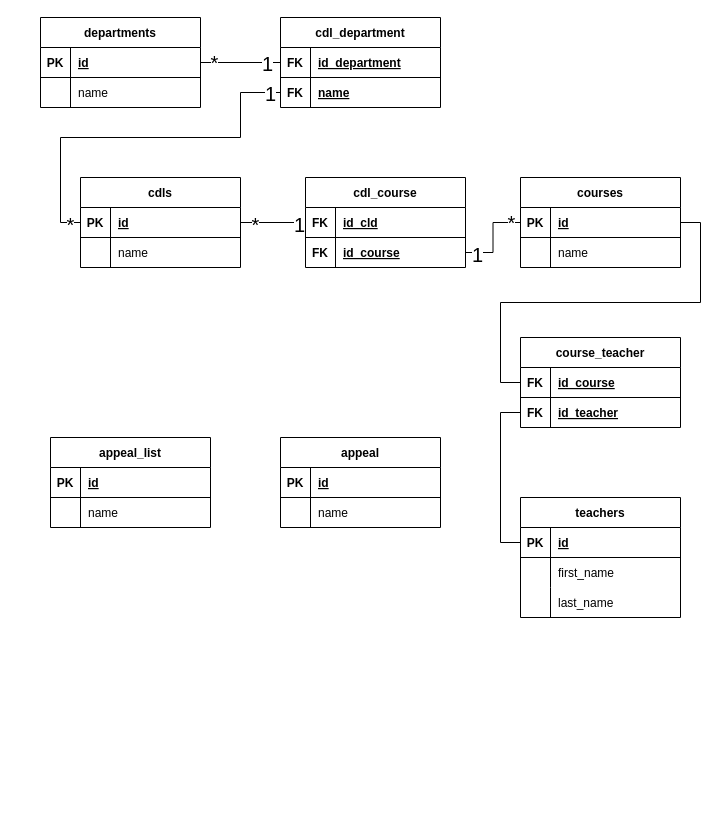
Roberto-Larivera/db-university keeps this draw.io diagram as DBUniversity.drawio. Above is the earlier version. Source tidied: cells renumbered, new cells numbered last; positions are measured from the earlier drawing's top-left corner, leaving out a move shared by most shapes. Both pictures are drawn from the tidied source at 100%, with x=0, y=0 at pixel (40, 17).
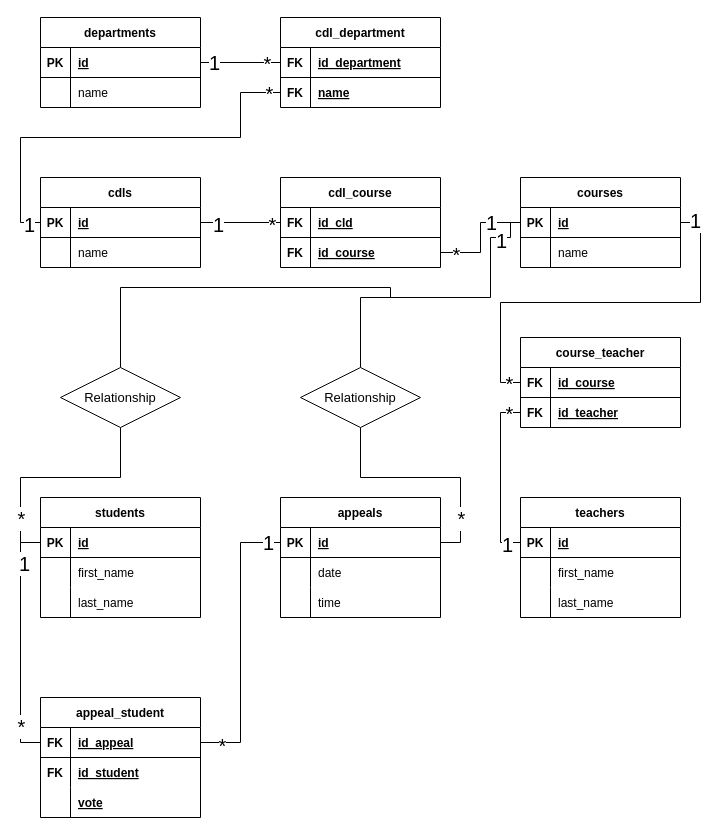
Above is the later version.

The change refers to these unchanged cells:
```xml
<mxCell id="13" style="shape=tableRow;horizontal=0;startSize=0;swimlaneHead=0;swimlaneBody=0;fillColor=none;points=[[0,0.5],[1,0.5]];portConstraint=eastwest;top=0;left=0;right=0;bottom=0;" parent="9" vertex="1">
  <mxGeometry y="60" width="160" height="30" as="geometry" />
</mxCell>
<mxCell id="17" style="shape=tableRow;horizontal=0;startSize=0;swimlaneHead=0;swimlaneBody=0;fillColor=none;points=[[0,0.5],[1,0.5]];portConstraint=eastwest;top=0;left=0;right=0;bottom=1;" parent="16" vertex="1">
  <mxGeometry y="30" width="160" height="30" as="geometry" />
</mxCell>
<mxCell id="34" style="shape=tableRow;horizontal=0;startSize=0;swimlaneHead=0;swimlaneBody=0;fillColor=none;points=[[0,0.5],[1,0.5]];portConstraint=eastwest;top=0;left=0;right=0;bottom=1;" parent="33" vertex="1">
  <mxGeometry y="30" width="160" height="30" as="geometry" />
</mxCell>
<mxCell id="37" style="shape=tableRow;horizontal=0;startSize=0;swimlaneHead=0;swimlaneBody=0;fillColor=none;top=0;left=0;right=0;bottom=0;" parent="33" vertex="1">
  <mxGeometry y="60" width="160" height="30" as="geometry" />
</mxCell>
<mxCell id="41" style="shape=tableRow;horizontal=0;startSize=0;swimlaneHead=0;swimlaneBody=0;fillColor=none;points=[[0,0.5],[1,0.5]];portConstraint=eastwest;top=0;left=0;right=0;bottom=1;" parent="40" vertex="1">
  <mxGeometry y="30" width="160" height="30" as="geometry" />
</mxCell>
<mxCell id="44" style="shape=tableRow;horizontal=0;startSize=0;swimlaneHead=0;swimlaneBody=0;fillColor=none;top=0;left=0;right=0;bottom=0;" parent="40" vertex="1">
  <mxGeometry y="60" width="160" height="30" as="geometry" />
</mxCell>
<mxCell id="48" style="shape=tableRow;horizontal=0;startSize=0;swimlaneHead=0;swimlaneBody=0;fillColor=none;points=[[0,0.5],[1,0.5]];portConstraint=eastwest;top=0;left=0;right=0;bottom=1;" parent="47" vertex="1">
  <mxGeometry y="30" width="160" height="30" as="geometry" />
</mxCell>
<mxCell id="61" style="edgeStyle=orthogonalEdgeStyle;rounded=0;jettySize=auto;html=1;entryX=1;entryY=0.5;entryDx=0;entryDy=0;endArrow=none;endFill=0;" parent="1" edge="1" source="55" target="17">
  <mxGeometry relative="1" as="geometry" />
</mxCell>
<mxCell id="64" style="edgeStyle=orthogonalEdgeStyle;rounded=0;jettySize=auto;html=1;entryX=0;entryY=0.5;entryDx=0;entryDy=0;endArrow=none;endFill=0;" parent="1" edge="1" source="58" target="48">
  <mxGeometry relative="1" as="geometry" />
</mxCell>
<mxCell id="67" style="edgeStyle=orthogonalEdgeStyle;rounded=0;jettySize=auto;html=1;entryX=1;entryY=0.5;entryDx=0;entryDy=0;fontSize=20;endArrow=none;endFill=0;" parent="1" edge="1" source="10" target="3">
  <mxGeometry relative="1" as="geometry" />
</mxCell>
<mxCell id="80" style="edgeStyle=orthogonalEdgeStyle;rounded=0;jettySize=auto;html=1;entryX=1;entryY=0.5;entryDx=0;entryDy=0;fontSize=20;endArrow=none;endFill=0;" parent="1" edge="1" source="74" target="48">
  <mxGeometry relative="1" as="geometry" />
</mxCell>
<mxCell id="81" style="edgeStyle=orthogonalEdgeStyle;rounded=0;jettySize=auto;html=1;entryX=0;entryY=0.5;entryDx=0;entryDy=0;fontSize=20;endArrow=none;endFill=0;" parent="1" edge="1" source="24" target="77">
  <mxGeometry relative="1" as="geometry" />
</mxCell>
```

Change to the diagram source:
```diff
@@
     <mxCell id="16" value="cdls" style="shape=table;startSize=30;childLayout=tableLayout;rowLines=0;fontStyle=1;align=center;" parent="1" vertex="1">
-      <mxGeometry x="40" y="160" width="160" height="90" as="geometry" />
+      <mxGeometry y="160" width="160" height="90" as="geometry" />
     </mxCell>
@@
-    <mxCell id="33" value="appeal_list" style="shape=table;startSize=30;childLayout=tableLayout;rowLines=0;fontStyle=1;align=center;" parent="1" vertex="1">
-      <mxGeometry x="10" y="420" width="160" height="90" as="geometry" />
+    <mxCell id="33" value="students" style="shape=table;startSize=30;childLayout=tableLayout;rowLines=0;fontStyle=1;align=center;" parent="1" vertex="1">
+      <mxGeometry y="480" width="160" height="120" as="geometry" />
     </mxCell>
@@
-    <mxCell id="39" value="name" style="shape=partialRectangle;fillColor=none;top=0;left=0;bottom=0;right=0;align=left;spacingLeft=6;overflow=hidden;" parent="37" vertex="1">
+    <mxCell id="39" value="first_name" style="shape=partialRectangle;fillColor=none;top=0;left=0;bottom=0;right=0;align=left;spacingLeft=6;overflow=hidden;" parent="37" vertex="1">
       <mxGeometry x="30" width="130" height="30" as="geometry" />
     </mxCell>
+    <mxCell id="82" style="shape=tableRow;horizontal=0;startSize=0;swimlaneHead=0;swimlaneBody=0;fillColor=none;top=0;left=0;right=0;bottom=0;" parent="33" vertex="1">
+      <mxGeometry y="90" width="160" height="30" as="geometry" />
+    </mxCell>
+    <mxCell id="83" style="shape=partialRectangle;fillColor=none;top=0;left=0;bottom=0;right=0;overflow=hidden;" parent="82" vertex="1">
+      <mxGeometry width="30" height="30" as="geometry" />
+    </mxCell>
+    <mxCell id="84" value="last_name" style="shape=partialRectangle;fillColor=none;top=0;left=0;bottom=0;right=0;align=left;spacingLeft=6;overflow=hidden;" parent="82" vertex="1">
+      <mxGeometry x="30" width="130" height="30" as="geometry" />
+    </mxCell>
-    <mxCell id="40" value="appeal" style="shape=table;startSize=30;childLayout=tableLayout;rowLines=0;fontStyle=1;align=center;" parent="1" vertex="1">
-      <mxGeometry x="240" y="420" width="160" height="90" as="geometry" />
+    <mxCell id="40" value="appeals" style="shape=table;startSize=30;childLayout=tableLayout;rowLines=0;fontStyle=1;align=center;" parent="1" vertex="1">
+      <mxGeometry x="240" y="480" width="160" height="120" as="geometry" />
     </mxCell>
@@
-    <mxCell id="45" style="shape=partialRectangle;fillColor=none;top=0;left=0;bottom=0;right=0;overflow=hidden;" parent="44" vertex="1">
+    <mxCell id="45" style="shape=partialRectangle;fillColor=none;top=0;left=0;bottom=0;right=0;overflow=hidden;fontStyle=0;" parent="44" vertex="1">
       <mxGeometry width="30" height="30" as="geometry" />
     </mxCell>
-    <mxCell id="46" value="name" style="shape=partialRectangle;fillColor=none;top=0;left=0;bottom=0;right=0;align=left;spacingLeft=6;overflow=hidden;" parent="44" vertex="1">
+    <mxCell id="46" value="date" style="shape=partialRectangle;fillColor=none;top=0;left=0;bottom=0;right=0;align=left;spacingLeft=6;overflow=hidden;fontStyle=0;" parent="44" vertex="1">
       <mxGeometry x="30" width="130" height="30" as="geometry" />
     </mxCell>
+    <mxCell id="85" style="shape=tableRow;horizontal=0;startSize=0;swimlaneHead=0;swimlaneBody=0;fillColor=none;top=0;left=0;right=0;bottom=0;" parent="40" vertex="1">
+      <mxGeometry y="90" width="160" height="30" as="geometry" />
+    </mxCell>
+    <mxCell id="86" style="shape=partialRectangle;fillColor=none;top=0;left=0;bottom=0;right=0;overflow=hidden;fontStyle=0;" parent="85" vertex="1">
+      <mxGeometry width="30" height="30" as="geometry" />
+    </mxCell>
+    <mxCell id="87" value="time" style="shape=partialRectangle;fillColor=none;top=0;left=0;bottom=0;right=0;align=left;spacingLeft=6;overflow=hidden;fontStyle=0;" parent="85" vertex="1">
+      <mxGeometry x="30" width="130" height="30" as="geometry" />
+    </mxCell>
@@
     <mxCell id="54" value="cdl_course" style="shape=table;startSize=30;childLayout=tableLayout;rowLines=0;fontStyle=1;align=center;" parent="1" vertex="1">
-      <mxGeometry x="265" y="160" width="160" height="90" as="geometry" />
+      <mxGeometry x="240" y="160" width="160" height="90" as="geometry" />
     </mxCell>
@@
-    <mxCell id="62" value="&lt;font style=&quot;font-size: 20px;&quot;&gt;*&lt;/font&gt;" style="edgeLabel;html=1;align=center;verticalAlign=middle;" parent="61" vertex="1">
+    <mxCell id="62" value="&lt;font style=&quot;font-size: 20px;&quot;&gt;1&lt;/font&gt;" style="edgeLabel;html=1;align=center;verticalAlign=middle;" parent="61" vertex="1">
       <mxGeometry x="0.57" y="1" relative="1" as="geometry" />
     </mxCell>
-    <mxCell id="63" value="1" style="edgeLabel;html=1;align=center;verticalAlign=middle;fontSize=20;" parent="61" vertex="1">
+    <mxCell id="63" value="*" style="edgeLabel;html=1;align=center;verticalAlign=middle;fontSize=20;" parent="61" vertex="1">
       <mxGeometry x="-0.77" y="1" relative="1" as="geometry" />
     </mxCell>
@@
-    <mxCell id="65" value="*" style="edgeLabel;html=1;align=center;verticalAlign=middle;fontSize=20;" parent="64" vertex="1">
-      <mxGeometry x="0.76" y="1" relative="1" as="geometry" />
+    <mxCell id="65" value="1" style="edgeLabel;html=1;align=center;verticalAlign=middle;fontSize=20;" parent="64" vertex="1">
+      <mxGeometry x="0.76" y="1" relative="1" as="geometry">
+        <mxPoint x="-17" as="offset" />
+      </mxGeometry>
     </mxCell>
-    <mxCell id="66" value="1" style="edgeLabel;html=1;align=center;verticalAlign=middle;fontSize=20;" parent="64" vertex="1">
+    <mxCell id="66" value="*" style="edgeLabel;html=1;align=center;verticalAlign=middle;fontSize=20;" parent="64" vertex="1">
       <mxGeometry x="-0.73" y="-1" relative="1" as="geometry" />
     </mxCell>
@@
-    <mxCell id="68" value="*" style="edgeLabel;html=1;align=center;verticalAlign=middle;fontSize=20;" parent="67" vertex="1">
+    <mxCell id="68" value="1" style="edgeLabel;html=1;align=center;verticalAlign=middle;fontSize=20;" parent="67" vertex="1">
       <mxGeometry x="0.68" y="-1" relative="1" as="geometry" />
     </mxCell>
-    <mxCell id="69" value="1" style="edgeLabel;html=1;align=center;verticalAlign=middle;fontSize=20;" parent="67" vertex="1">
+    <mxCell id="69" value="*" style="edgeLabel;html=1;align=center;verticalAlign=middle;fontSize=20;" parent="67" vertex="1">
       <mxGeometry x="-0.65" relative="1" as="geometry" />
     </mxCell>
     <mxCell id="70" style="edgeStyle=orthogonalEdgeStyle;rounded=0;jettySize=auto;html=1;entryX=0;entryY=0.5;entryDx=0;entryDy=0;fontSize=20;endArrow=none;endFill=0;" parent="1" edge="1" source="13" target="17">
       <mxGeometry relative="1" as="geometry">
         <Array as="points">
           <mxPoint x="200" y="75" />
           <mxPoint x="200" y="120" />
-          <mxPoint x="20" y="120" />
-          <mxPoint x="20" y="205" />
+          <mxPoint x="-20" y="120" />
+          <mxPoint x="-20" y="205" />
         </Array>
       </mxGeometry>
     </mxCell>
-    <mxCell id="71" value="1" style="edgeLabel;html=1;align=center;verticalAlign=middle;fontSize=20;" parent="70" vertex="1">
+    <mxCell id="71" value="*" style="edgeLabel;html=1;align=center;verticalAlign=middle;fontSize=20;" parent="70" vertex="1">
       <mxGeometry x="-0.94" relative="1" as="geometry" />
     </mxCell>
-    <mxCell id="72" value="*" style="edgeLabel;html=1;align=center;verticalAlign=middle;fontSize=20;" parent="70" vertex="1">
+    <mxCell id="72" value="1" style="edgeLabel;html=1;align=center;verticalAlign=middle;fontSize=20;" parent="70" vertex="1">
       <mxGeometry x="0.94" y="-1" relative="1" as="geometry" />
     </mxCell>
@@
+    <mxCell id="88" value="1" style="edgeLabel;html=1;align=center;verticalAlign=middle;fontSize=20;" parent="80" vertex="1">
+      <mxGeometry x="0.93" y="-3" relative="1" as="geometry" />
+    </mxCell>
+    <mxCell id="89" value="*" style="edgeLabel;html=1;align=center;verticalAlign=middle;fontSize=20;" parent="80" vertex="1">
+      <mxGeometry x="-0.94" relative="1" as="geometry" />
+    </mxCell>
@@
+    <mxCell id="90" value="1" style="edgeLabel;html=1;align=center;verticalAlign=middle;fontSize=20;" parent="81" vertex="1">
+      <mxGeometry x="-0.84" y="1" relative="1" as="geometry" />
+    </mxCell>
+    <mxCell id="91" value="*" style="edgeLabel;html=1;align=center;verticalAlign=middle;fontSize=20;" parent="81" vertex="1">
+      <mxGeometry x="0.86" relative="1" as="geometry" />
+    </mxCell>
+    <mxCell id="92" style="edgeStyle=orthogonalEdgeStyle;rounded=0;jettySize=auto;html=1;entryX=0;entryY=0.5;entryDx=0;entryDy=0;fontSize=20;endArrow=none;endFill=0;exitX=0.5;exitY=0;exitDx=0;exitDy=0;" parent="1" edge="1" source="96" target="48">
+      <mxGeometry relative="1" as="geometry">
+        <Array as="points">
+          <mxPoint x="320" y="280" />
+          <mxPoint x="450" y="280" />
+          <mxPoint x="450" y="220" />
+          <mxPoint x="470" y="220" />
+          <mxPoint x="470" y="205" />
+        </Array>
+      </mxGeometry>
+    </mxCell>
+    <mxCell id="93" value="1" style="edgeLabel;html=1;align=center;verticalAlign=middle;fontSize=20;" parent="92" vertex="1">
+      <mxGeometry x="0.77" y="-2" relative="1" as="geometry" />
+    </mxCell>
+    <mxCell id="94" style="edgeStyle=orthogonalEdgeStyle;rounded=0;jettySize=auto;html=1;entryX=1;entryY=0.5;entryDx=0;entryDy=0;fontSize=20;endArrow=none;endFill=0;" parent="1" edge="1" source="96" target="41">
+      <mxGeometry relative="1" as="geometry" />
+    </mxCell>
+    <mxCell id="95" value="*" style="edgeLabel;html=1;align=center;verticalAlign=middle;fontSize=20;" parent="94" vertex="1">
+      <mxGeometry x="0.71" relative="1" as="geometry">
+        <mxPoint y="-11" as="offset" />
+      </mxGeometry>
+    </mxCell>
+    <mxCell id="96" value="Relationship" style="shape=rhombus;perimeter=rhombusPerimeter;whiteSpace=wrap;html=1;align=center;fontSize=13;" parent="1" vertex="1">
+      <mxGeometry x="260" y="350" width="120" height="60" as="geometry" />
+    </mxCell>
+    <mxCell id="97" style="edgeStyle=orthogonalEdgeStyle;rounded=0;jettySize=auto;html=1;fontSize=13;endArrow=none;endFill=0;" parent="1" edge="1" source="100">
+      <mxGeometry relative="1" as="geometry">
+        <mxPoint x="350" y="280" as="targetPoint" />
+        <Array as="points">
+          <mxPoint x="80" y="270" />
+          <mxPoint x="350" y="270" />
+        </Array>
+      </mxGeometry>
+    </mxCell>
+    <mxCell id="98" style="edgeStyle=orthogonalEdgeStyle;rounded=0;jettySize=auto;html=1;entryX=0;entryY=0.5;entryDx=0;entryDy=0;fontSize=13;endArrow=none;endFill=0;" parent="1" edge="1" source="100" target="34">
+      <mxGeometry relative="1" as="geometry" />
+    </mxCell>
+    <mxCell id="99" value="*" style="edgeLabel;html=1;align=center;verticalAlign=middle;fontSize=20;" parent="98" vertex="1">
+      <mxGeometry x="0.72" relative="1" as="geometry">
+        <mxPoint y="-12" as="offset" />
+      </mxGeometry>
+    </mxCell>
+    <mxCell id="100" value="Relationship" style="shape=rhombus;perimeter=rhombusPerimeter;whiteSpace=wrap;html=1;align=center;fontSize=13;" parent="1" vertex="1">
+      <mxGeometry x="20" y="350" width="120" height="60" as="geometry" />
+    </mxCell>
+    <mxCell id="101" value="appeal_student" style="shape=table;startSize=30;childLayout=tableLayout;rowLines=0;fontStyle=1;align=center;" parent="1" vertex="1">
+      <mxGeometry y="680" width="160" height="120" as="geometry" />
+    </mxCell>
+    <mxCell id="102" style="shape=tableRow;horizontal=0;startSize=0;swimlaneHead=0;swimlaneBody=0;fillColor=none;points=[[0,0.5],[1,0.5]];portConstraint=eastwest;top=0;left=0;right=0;bottom=1;" parent="101" vertex="1">
+      <mxGeometry y="30" width="160" height="30" as="geometry" />
+    </mxCell>
+    <mxCell id="103" value="FK" style="shape=partialRectangle;fillColor=none;top=0;left=0;bottom=0;right=0;fontStyle=1;overflow=hidden;" parent="102" vertex="1">
+      <mxGeometry width="30" height="30" as="geometry" />
+    </mxCell>
+    <mxCell id="104" value="id_appeal" style="shape=partialRectangle;fillColor=none;top=0;left=0;bottom=0;right=0;align=left;spacingLeft=6;fontStyle=5;overflow=hidden;" parent="102" vertex="1">
+      <mxGeometry x="30" width="130" height="30" as="geometry" />
+    </mxCell>
+    <mxCell id="105" style="shape=tableRow;horizontal=0;startSize=0;swimlaneHead=0;swimlaneBody=0;fillColor=none;top=0;left=0;right=0;bottom=0;" parent="101" vertex="1">
+      <mxGeometry y="60" width="160" height="30" as="geometry" />
+    </mxCell>
+    <mxCell id="106" value="FK" style="shape=partialRectangle;fillColor=none;top=0;left=0;bottom=0;right=0;overflow=hidden;fontStyle=1;" parent="105" vertex="1">
+      <mxGeometry width="30" height="30" as="geometry" />
+    </mxCell>
+    <mxCell id="107" value="id_student" style="shape=partialRectangle;fillColor=none;top=0;left=0;bottom=0;right=0;align=left;spacingLeft=6;overflow=hidden;fontStyle=5;" parent="105" vertex="1">
+      <mxGeometry x="30" width="130" height="30" as="geometry" />
+    </mxCell>
+    <mxCell id="108" style="shape=tableRow;horizontal=0;startSize=0;swimlaneHead=0;swimlaneBody=0;fillColor=none;top=0;left=0;right=0;bottom=0;" parent="101" vertex="1">
+      <mxGeometry y="90" width="160" height="30" as="geometry" />
+    </mxCell>
+    <mxCell id="109" style="shape=partialRectangle;fillColor=none;top=0;left=0;bottom=0;right=0;overflow=hidden;fontStyle=1;" parent="108" vertex="1">
+      <mxGeometry width="30" height="30" as="geometry" />
+    </mxCell>
+    <mxCell id="110" value="vote" style="shape=partialRectangle;fillColor=none;top=0;left=0;bottom=0;right=0;align=left;spacingLeft=6;overflow=hidden;fontStyle=5;" parent="108" vertex="1">
+      <mxGeometry x="30" width="130" height="30" as="geometry" />
+    </mxCell>
+    <mxCell id="111" style="edgeStyle=orthogonalEdgeStyle;rounded=0;jettySize=auto;html=1;entryX=0;entryY=0.5;entryDx=0;entryDy=0;fontSize=20;endArrow=none;endFill=0;" parent="1" edge="1" source="102" target="41">
+      <mxGeometry relative="1" as="geometry" />
+    </mxCell>
+    <mxCell id="112" value="*" style="edgeLabel;html=1;align=center;verticalAlign=middle;fontSize=20;" parent="111" vertex="1">
+      <mxGeometry x="-0.85" y="-2" relative="1" as="geometry" />
+    </mxCell>
+    <mxCell id="113" value="1" style="edgeLabel;html=1;align=center;verticalAlign=middle;fontSize=20;" parent="111" vertex="1">
+      <mxGeometry x="0.91" y="1" relative="1" as="geometry" />
+    </mxCell>
+    <mxCell id="114" style="edgeStyle=orthogonalEdgeStyle;rounded=0;jettySize=auto;html=1;fontSize=20;endArrow=none;endFill=0;entryX=0;entryY=0.5;entryDx=0;entryDy=0;" parent="1" edge="1" source="102" target="34">
+      <mxGeometry relative="1" as="geometry" />
+    </mxCell>
+    <mxCell id="115" value="*" style="edgeLabel;html=1;align=center;verticalAlign=middle;fontSize=20;" parent="114" vertex="1">
+      <mxGeometry x="-0.69" relative="1" as="geometry" />
+    </mxCell>
+    <mxCell id="116" value="1" style="edgeLabel;html=1;align=center;verticalAlign=middle;fontSize=20;" parent="114" vertex="1">
+      <mxGeometry x="0.67" y="-3" relative="1" as="geometry" />
+    </mxCell>
```
